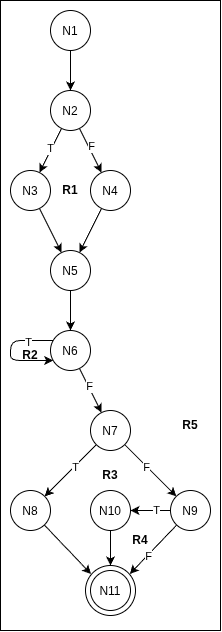
Above: Prática - Caça às Bruxas/Diagrama 1.png in Henrique-Segundo/TESTES_26.02 (draw.io), before the change. Source tidied: cells renumbered, new cells last; positions are measured from the earlier drawing's top-left corner, leaving out a move shared by most shapes.
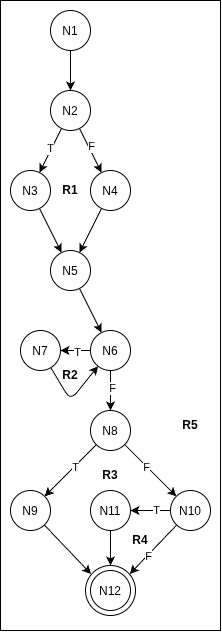
Above is the later version.

What changed in the source:
```diff
@@ -55,8 +55,14 @@
     <mxCell id="18" value="F" style="edgeLabel;html=1;align=center;verticalAlign=middle;" parent="17" vertex="1">
       <mxGeometry x="-0.17" y="1" relative="1" as="geometry" />
     </mxCell>
+    <mxCell id="42" style="edgeStyle=none;html=1;" parent="1" edge="1" source="19" target="44">
+      <mxGeometry relative="1" as="geometry" />
+    </mxCell>
+    <mxCell id="36" value="T" style="edgeLabel;html=1;align=center;verticalAlign=middle;" parent="42" vertex="1">
+      <mxGeometry x="-0.08" y="1" relative="1" as="geometry" />
+    </mxCell>
     <mxCell id="19" value="N6" style="ellipse;whiteSpace=wrap;html=1;shapeInside=1;" parent="1" vertex="1">
-      <mxGeometry x="50" y="330" width="40" height="40" as="geometry" />
+      <mxGeometry x="90" y="330" width="40" height="40" as="geometry" />
     </mxCell>
     <mxCell id="20" style="edgeStyle=none;html=1;" parent="1" edge="1" source="24" target="26">
       <mxGeometry relative="1" as="geometry" />
@@ -70,13 +76,13 @@
     <mxCell id="23" value="F" style="edgeLabel;html=1;align=center;verticalAlign=middle;" parent="22" vertex="1">
       <mxGeometry x="-0.16" y="-1" relative="1" as="geometry" />
     </mxCell>
-    <mxCell id="24" value="N7" style="ellipse;whiteSpace=wrap;html=1;shapeInside=1;" parent="1" vertex="1">
+    <mxCell id="24" value="N8" style="ellipse;whiteSpace=wrap;html=1;shapeInside=1;" parent="1" vertex="1">
       <mxGeometry x="90" y="410" width="40" height="40" as="geometry" />
     </mxCell>
     <mxCell id="25" style="edgeStyle=none;html=1;entryX=0.111;entryY=0.17;entryDx=0;entryDy=0;entryPerimeter=0;" parent="1" edge="1" source="26" target="3">
       <mxGeometry relative="1" as="geometry" />
     </mxCell>
-    <mxCell id="26" value="N8" style="ellipse;whiteSpace=wrap;html=1;shapeInside=1;" parent="1" vertex="1">
+    <mxCell id="26" value="N9" style="ellipse;whiteSpace=wrap;html=1;shapeInside=1;" parent="1" vertex="1">
       <mxGeometry x="10" y="490" width="40" height="40" as="geometry" />
     </mxCell>
     <mxCell id="27" style="edgeStyle=none;html=1;entryX=0.886;entryY=0.169;entryDx=0;entryDy=0;entryPerimeter=0;" parent="1" edge="1" source="31" target="3">
@@ -91,34 +97,23 @@
     <mxCell id="30" value="T" style="edgeLabel;html=1;align=center;verticalAlign=middle;" parent="29" vertex="1">
       <mxGeometry x="-0.26" relative="1" as="geometry" />
     </mxCell>
-    <mxCell id="31" value="N9" style="ellipse;whiteSpace=wrap;html=1;shapeInside=1;" parent="1" vertex="1">
+    <mxCell id="31" value="N10" style="ellipse;whiteSpace=wrap;html=1;shapeInside=1;" parent="1" vertex="1">
       <mxGeometry x="170" y="490" width="40" height="40" as="geometry" />
     </mxCell>
     <mxCell id="32" style="edgeStyle=none;html=1;entryX=0.5;entryY=0;entryDx=0;entryDy=0;" parent="1" edge="1" source="33" target="3">
       <mxGeometry relative="1" as="geometry" />
     </mxCell>
-    <mxCell id="33" value="N10" style="ellipse;whiteSpace=wrap;html=1;shapeInside=1;" parent="1" vertex="1">
+    <mxCell id="33" value="N11" style="ellipse;whiteSpace=wrap;html=1;shapeInside=1;" parent="1" vertex="1">
       <mxGeometry x="90" y="490" width="40" height="40" as="geometry" />
     </mxCell>
-    <mxCell id="34" value="N11" style="ellipse;whiteSpace=wrap;html=1;shapeInside=1;" parent="1" vertex="1">
+    <mxCell id="34" value="N12" style="ellipse;whiteSpace=wrap;html=1;shapeInside=1;" parent="1" vertex="1">
       <mxGeometry x="90" y="570" width="40" height="40" as="geometry" />
     </mxCell>
-    <mxCell id="35" style="edgeStyle=orthogonalEdgeStyle;html=1;innerLoopWaypoints=1;" parent="1" edge="1" source="19" target="19">
-      <mxGeometry relative="1" as="geometry">
-        <Array as="points">
-          <mxPoint x="10" y="340" />
-          <mxPoint x="10" y="360" />
-        </Array>
-      </mxGeometry>
-    </mxCell>
-    <mxCell id="36" value="T" style="edgeLabel;html=1;align=center;verticalAlign=middle;" parent="35" vertex="1">
-      <mxGeometry x="-0.53" y="1" relative="1" as="geometry" />
-    </mxCell>
     <mxCell id="37" value="R1" style="text;html=1;whiteSpace=wrap;strokeColor=none;fillColor=none;align=center;verticalAlign=middle;rounded=0;fontStyle=1;" parent="1" vertex="1">
       <mxGeometry x="40" y="175" width="60" height="30" as="geometry" />
     </mxCell>
     <mxCell id="38" value="R2" style="text;html=1;whiteSpace=wrap;strokeColor=none;fillColor=none;align=center;verticalAlign=middle;rounded=0;fontStyle=1;" parent="1" vertex="1">
-      <mxGeometry y="340" width="60" height="30" as="geometry" />
+      <mxGeometry x="40" y="360" width="60" height="30" as="geometry" />
     </mxCell>
     <mxCell id="39" value="R4" style="text;html=1;whiteSpace=wrap;strokeColor=none;fillColor=none;align=center;verticalAlign=middle;rounded=0;fontStyle=1;" parent="1" vertex="1">
       <mxGeometry x="110" y="525" width="60" height="30" as="geometry" />
@@ -129,5 +124,15 @@
     <mxCell id="41" value="R3" style="text;html=1;whiteSpace=wrap;strokeColor=none;fillColor=none;align=center;verticalAlign=middle;rounded=0;fontStyle=1;" parent="1" vertex="1">
       <mxGeometry x="80" y="460" width="60" height="30" as="geometry" />
     </mxCell>
+    <mxCell id="43" style="edgeStyle=none;html=1;" parent="1" edge="1" source="44" target="19">
+      <mxGeometry relative="1" as="geometry">
+        <Array as="points">
+          <mxPoint x="70" y="400" />
+        </Array>
+      </mxGeometry>
+    </mxCell>
+    <mxCell id="44" value="N7" style="ellipse;whiteSpace=wrap;html=1;shapeInside=1;" parent="1" vertex="1">
+      <mxGeometry x="20" y="330" width="40" height="40" as="geometry" />
+    </mxCell>
   </root>
 </mxGraphModel>
```
